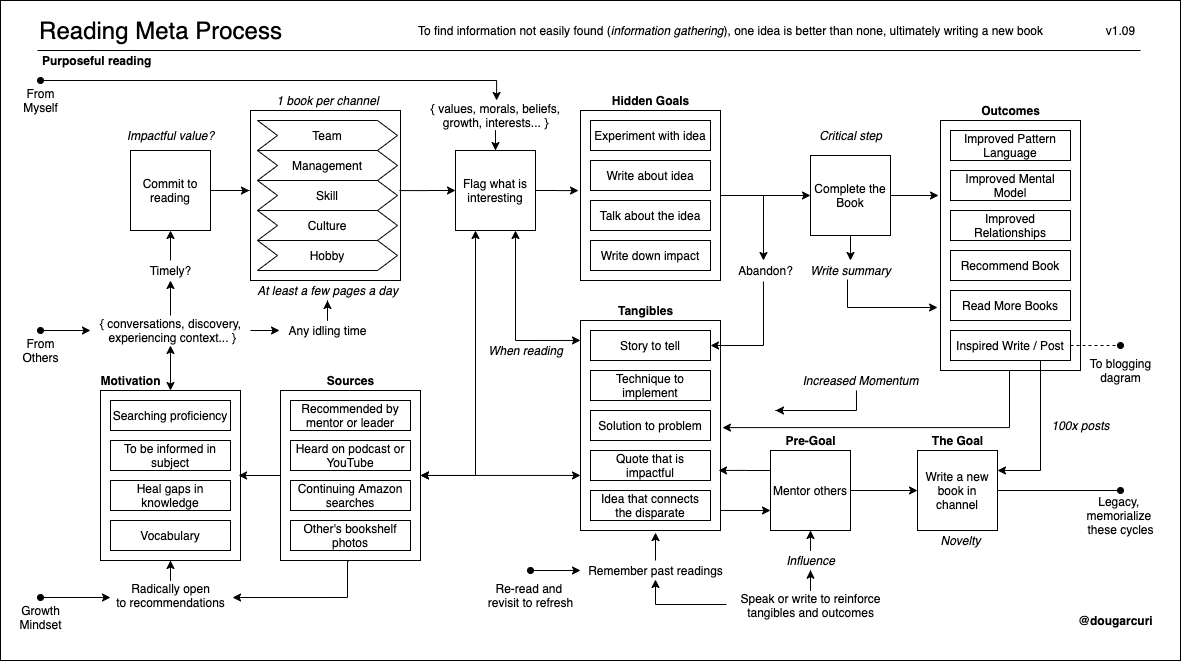
Above: books/diagrams/reading-process.png in solidi/learning-notes (draw.io), before the change. Source tidied: cells renumbered, new cells last; positions are measured from the earlier drawing's top-left corner, leaving out a move shared by most shapes.
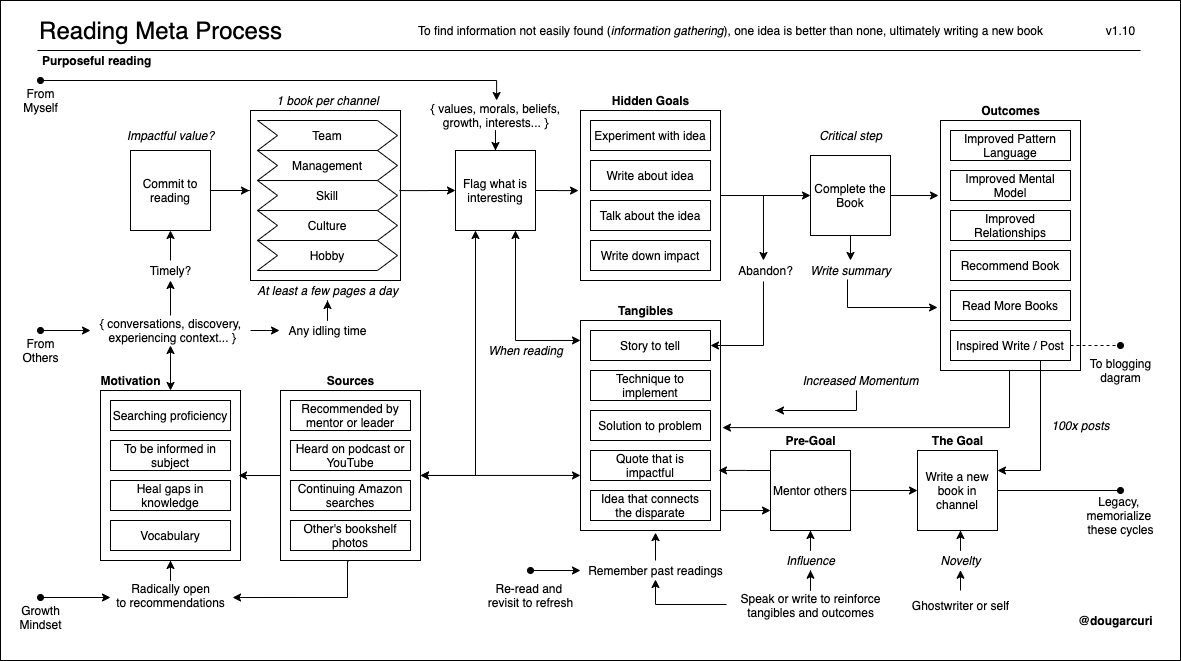
Later version of the same file.

Commit message:
Add ghostwriter to creating a book

Diff of the diagram source:
```diff
@@ -64,7 +64,7 @@
     <mxCell id="20" value="Write about idea" style="rounded=0;whiteSpace=wrap;html=1;" parent="1" vertex="1">
       <mxGeometry x="590" y="160" width="120" height="30" as="geometry" />
     </mxCell>
-    <mxCell id="21" value="v1.09" style="text;html=1;align=center;verticalAlign=middle;" parent="1" vertex="1">
+    <mxCell id="21" value="v1.10" style="text;html=1;align=center;verticalAlign=middle;" parent="1" vertex="1">
       <mxGeometry x="1100" y="20" width="40" height="20" as="geometry" />
     </mxCell>
     <mxCell id="22" value="&lt;b&gt;@dougarcuri&lt;/b&gt;" style="text;html=1;align=center;verticalAlign=middle;" parent="1" vertex="1">
@@ -321,9 +321,6 @@
     <mxCell id="96" value="Remember past readings" style="text;html=1;align=center;verticalAlign=middle;points=[];" parent="1" vertex="1">
       <mxGeometry x="580" y="560" width="150" height="20" as="geometry" />
     </mxCell>
-    <mxCell id="97" value="&lt;i&gt;Novelty&lt;/i&gt;" style="text;html=1;align=center;verticalAlign=middle;points=[];" parent="1" vertex="1">
-      <mxGeometry x="930" y="530" width="60" height="20" as="geometry" />
-    </mxCell>
     <mxCell id="98" value="&lt;i&gt;Influence&lt;/i&gt;" style="text;html=1;align=center;verticalAlign=middle;points=[];" parent="1" vertex="1">
       <mxGeometry x="780" y="550" width="60" height="20" as="geometry" />
     </mxCell>
@@ -388,5 +385,21 @@
     <mxCell id="115" value="Growth&lt;br&gt;Mindset" style="text;html=1;align=center;verticalAlign=middle;" parent="1" vertex="1">
       <mxGeometry x="10" y="602" width="60" height="30" as="geometry" />
     </mxCell>
+    <mxCell id="116" value="Ghostwriter or self" style="text;html=1;align=center;verticalAlign=middle;" parent="1" vertex="1">
+      <mxGeometry x="905" y="595" width="110" height="20" as="geometry" />
+    </mxCell>
+    <mxCell id="117" style="edgeStyle=orthogonalEdgeStyle;rounded=0;jettySize=auto;html=1;entryX=0.5;entryY=0.985;entryDx=0;entryDy=0;entryPerimeter=0;startArrow=none;startFill=0;endArrow=classic;endFill=1;" parent="1" edge="1" source="97">
+      <mxGeometry relative="1" as="geometry">
+        <mxPoint x="960" y="530" as="targetPoint" />
+      </mxGeometry>
+    </mxCell>
+    <mxCell id="97" value="&lt;i&gt;Novelty&lt;/i&gt;" style="text;html=1;align=center;verticalAlign=middle;points=[];" parent="1" vertex="1">
+      <mxGeometry x="930" y="550" width="60" height="20" as="geometry" />
+    </mxCell>
+    <mxCell id="118" style="edgeStyle=orthogonalEdgeStyle;rounded=0;jettySize=auto;html=1;entryX=0.5;entryY=0.985;entryDx=0;entryDy=0;entryPerimeter=0;startArrow=none;startFill=0;endArrow=classic;endFill=1;" parent="1" edge="1" target="97">
+      <mxGeometry relative="1" as="geometry">
+        <mxPoint x="960" y="590" as="sourcePoint" />
+      </mxGeometry>
+    </mxCell>
   </root>
 </mxGraphModel>
```
